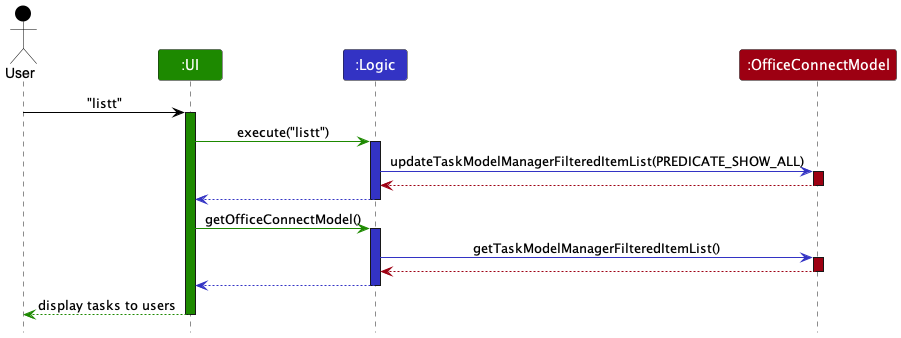
The PlantUML diagram docs/images/ListTaskSequenceDiagram.png in nus-cs2103-AY2223S2/tp, before a commit.
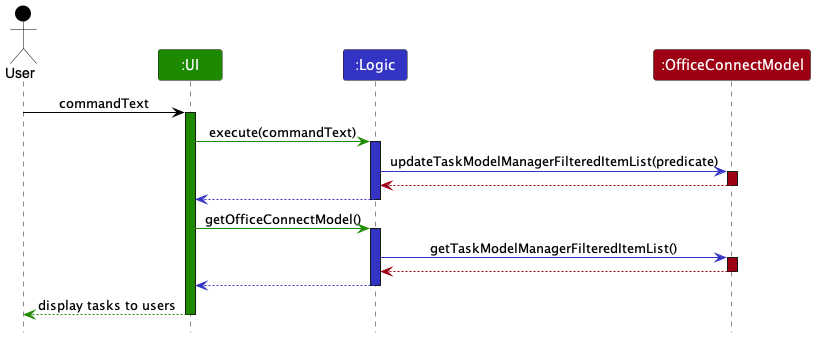
After the commit.

The edit, as a diff of the source:
```diff
@@ -6,13 +6,13 @@
 Participant ":Logic" as logic LOGIC_COLOR
 Participant ":OfficeConnectModel" as model MODEL_COLOR
 
-user -[USER_COLOR]> ui : "listt"
+user -[USER_COLOR]> ui : commandText
 activate ui UI_COLOR
 
-ui -[UI_COLOR]> logic : execute("listt")
+ui -[UI_COLOR]> logic : execute(commandText)
 activate logic LOGIC_COLOR
 
-logic -[LOGIC_COLOR]> model : updateTaskModelManagerFilteredItemList(PREDICATE_SHOW_ALL)
+logic -[LOGIC_COLOR]> model : updateTaskModelManagerFilteredItemList(predicate)
 activate model MODEL_COLOR
 
 model -[MODEL_COLOR]-> logic
```
